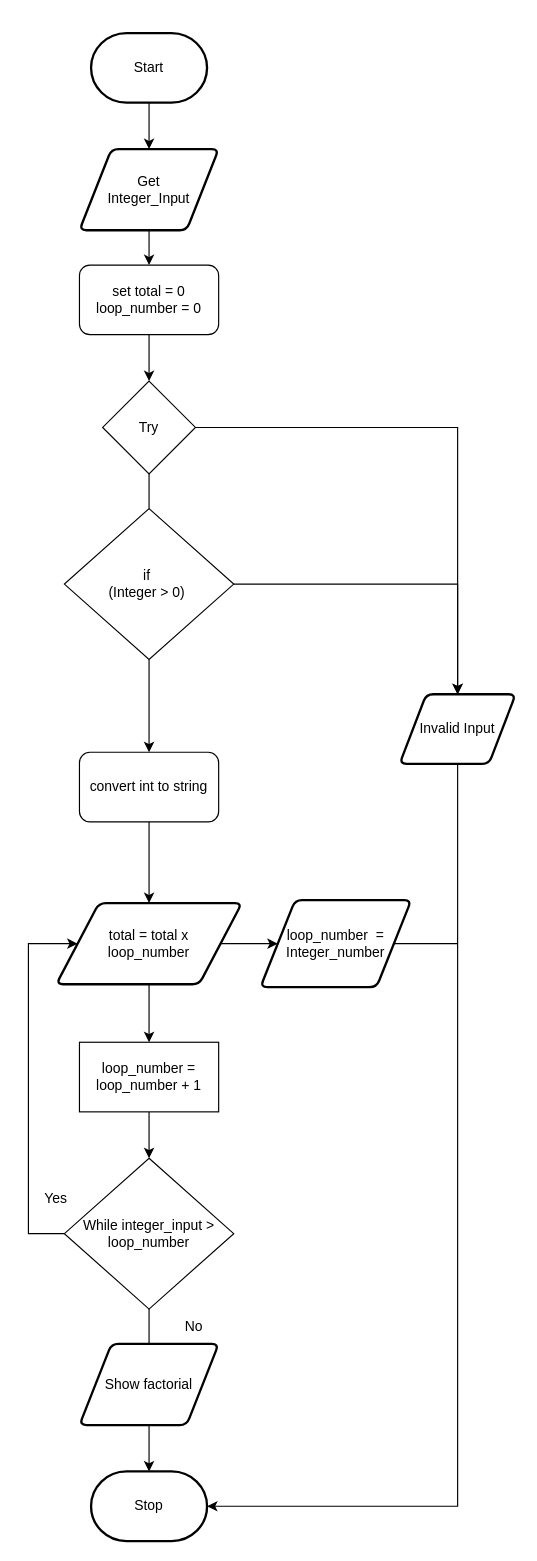
This is Drawio/FlowChart.Drawio from JacksonNaufal/ICS3U-Unit4-03-Python, a draw.io file, before an edit. Source tidied: cells renumbered, new cells numbered last; positions are measured from the earlier drawing's top-left corner, leaving out a move shared by most shapes. Both pictures are drawn from the tidied source at 116%, with x=0, y=0 at pixel (21, 32).
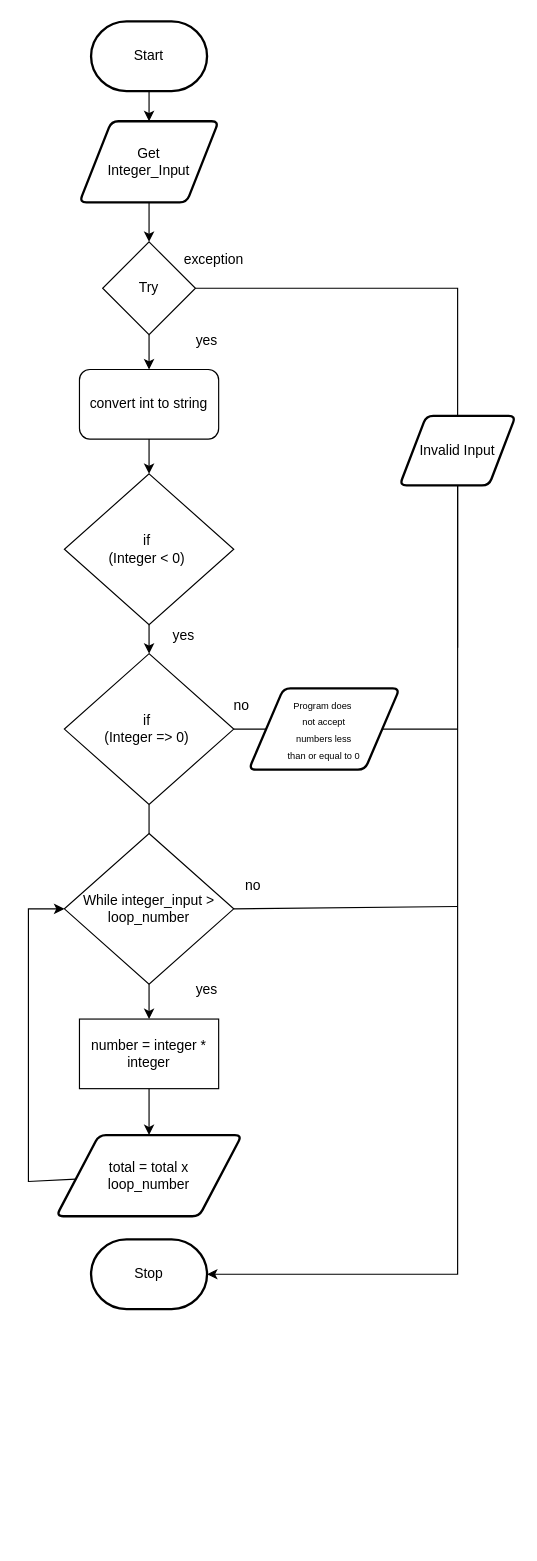
Above is the later version.

The edit, as a diff of the source:
```diff
@@
     <mxCell id="3" value="Start" style="strokeWidth=2;html=1;shape=mxgraph.flowchart.terminator;whiteSpace=wrap;" parent="1" vertex="1">
-      <mxGeometry x="60" width="100" height="60" as="geometry" />
+      <mxGeometry x="60" y="-10" width="100" height="60" as="geometry" />
     </mxCell>
     <mxCell id="4" value="Stop" style="strokeWidth=2;html=1;shape=mxgraph.flowchart.terminator;whiteSpace=wrap;rounded=1;" parent="1" vertex="1">
-      <mxGeometry x="60" y="1240" width="100" height="60" as="geometry" />
+      <mxGeometry x="60" y="1040" width="100" height="60" as="geometry" />
     </mxCell>
-    <mxCell id="5" style="edgeStyle=none;html=1;startArrow=none;" parent="1" edge="1" source="21" target="11">
-      <mxGeometry relative="1" as="geometry" />
-    </mxCell>
     <mxCell id="6" style="edgeStyle=none;html=1;entryX=0.5;entryY=0;entryDx=0;entryDy=0;rounded=0;" parent="1" edge="1" source="7" target="9">
       <mxGeometry relative="1" as="geometry">
         <Array as="points">
+          <mxPoint x="376" y="220" />
+          <mxPoint x="376" y="280" />
           <mxPoint x="376" y="340" />
           <mxPoint x="376" y="530" />
         </Array>
       </mxGeometry>
     </mxCell>
+    <mxCell id="33" style="edgeStyle=none;html=1;" parent="1" edge="1" source="7" target="11">
+      <mxGeometry relative="1" as="geometry" />
+    </mxCell>
     <mxCell id="7" value="Try" style="rhombus;whiteSpace=wrap;html=1;" parent="1" vertex="1">
-      <mxGeometry x="70" y="300" width="80" height="80" as="geometry" />
+      <mxGeometry x="70" y="180" width="80" height="80" as="geometry" />
     </mxCell>
     <mxCell id="8" style="edgeStyle=none;rounded=0;html=1;entryX=1;entryY=0.5;entryDx=0;entryDy=0;entryPerimeter=0;" parent="1" edge="1" source="9" target="4">
       <mxGeometry relative="1" as="geometry">
         <Array as="points">
-          <mxPoint x="376" y="1270" />
+          <mxPoint x="376" y="1070" />
         </Array>
       </mxGeometry>
     </mxCell>
     <mxCell id="9" value="Invalid Input" style="shape=parallelogram;html=1;strokeWidth=2;perimeter=parallelogramPerimeter;whiteSpace=wrap;rounded=1;arcSize=12;size=0.23;" parent="1" vertex="1">
-      <mxGeometry x="326" y="570" width="100" height="60" as="geometry" />
+      <mxGeometry x="326" y="330" width="100" height="60" as="geometry" />
     </mxCell>
-    <mxCell id="10" style="edgeStyle=none;rounded=0;html=1;" parent="1" edge="1" source="11" target="28">
-      <mxGeometry relative="1" as="geometry" />
-    </mxCell>
+    <mxCell id="34" style="edgeStyle=none;html=1;" parent="1" edge="1" source="13" target="7">
+      <mxGeometry relative="1" as="geometry" />
+    </mxCell>
+    <mxCell id="13" value="Get &lt;br&gt;Integer_Input" style="shape=parallelogram;html=1;strokeWidth=2;perimeter=parallelogramPerimeter;whiteSpace=wrap;rounded=1;arcSize=12;size=0.23;" parent="1" vertex="1">
+      <mxGeometry x="50" y="76" width="120" height="70" as="geometry" />
+    </mxCell>
+    <mxCell id="35" style="edgeStyle=none;html=1;" parent="1" edge="1" source="21" target="43">
+      <mxGeometry relative="1" as="geometry" />
+    </mxCell>
+    <mxCell id="21" value="if&amp;nbsp;&lt;br&gt;(Integer &amp;lt; 0)&amp;nbsp;" style="rhombus;whiteSpace=wrap;html=1;" parent="1" vertex="1">
+      <mxGeometry x="37" y="380" width="146" height="130" as="geometry" />
+    </mxCell>
+    <mxCell id="36" style="edgeStyle=none;rounded=0;html=1;endArrow=classic;endFill=1;" parent="1" edge="1" source="25" target="30">
+      <mxGeometry relative="1" as="geometry" />
+    </mxCell>
+    <mxCell id="37" style="edgeStyle=none;rounded=0;html=1;endArrow=none;endFill=0;exitX=1;exitY=0.5;exitDx=0;exitDy=0;" parent="1" edge="1" source="25">
+      <mxGeometry relative="1" as="geometry">
+        <mxPoint x="376" y="753" as="targetPoint" />
+      </mxGeometry>
+    </mxCell>
+    <mxCell id="25" value="While integer_input &amp;gt; loop_number" style="rhombus;whiteSpace=wrap;html=1;" parent="1" vertex="1">
+      <mxGeometry x="37" y="690" width="146" height="130" as="geometry" />
+    </mxCell>
+    <mxCell id="38" style="edgeStyle=none;rounded=0;html=1;entryX=0;entryY=0.5;entryDx=0;entryDy=0;endArrow=classic;endFill=1;" parent="1" edge="1" source="28" target="25">
+      <mxGeometry relative="1" as="geometry">
+        <Array as="points">
+          <mxPoint x="6" y="990" />
+          <mxPoint x="6" y="755" />
+        </Array>
+      </mxGeometry>
+    </mxCell>
+    <mxCell id="28" value="total = total x&lt;br&gt;loop_number" style="shape=parallelogram;html=1;strokeWidth=2;perimeter=parallelogramPerimeter;whiteSpace=wrap;rounded=1;arcSize=12;size=0.23;" parent="1" vertex="1">
+      <mxGeometry x="30" y="950" width="160" height="70" as="geometry" />
+    </mxCell>
+    <mxCell id="39" style="edgeStyle=none;rounded=0;html=1;endArrow=classic;endFill=1;" parent="1" edge="1" source="30" target="28">
+      <mxGeometry relative="1" as="geometry" />
+    </mxCell>
+    <mxCell id="30" value="number = integer * integer" style="rounded=0;whiteSpace=wrap;html=1;" parent="1" vertex="1">
+      <mxGeometry x="50" y="850" width="120" height="60" as="geometry" />
+    </mxCell>
+    <mxCell id="40" style="edgeStyle=none;html=1;entryX=0.5;entryY=0;entryDx=0;entryDy=0;" parent="1" edge="1" source="11" target="21">
+      <mxGeometry relative="1" as="geometry" />
+    </mxCell>
     <mxCell id="11" value="convert int to string" style="rounded=1;whiteSpace=wrap;html=1;" parent="1" vertex="1">
-      <mxGeometry x="50" y="620" width="120" height="60" as="geometry" />
+      <mxGeometry x="50" y="290" width="120" height="60" as="geometry" />
     </mxCell>
-    <mxCell id="12" style="edgeStyle=none;rounded=0;html=1;" parent="1" edge="1" source="13" target="15">
-      <mxGeometry relative="1" as="geometry" />
-    </mxCell>
-    <mxCell id="13" value="Get &lt;br&gt;Integer_Input" style="shape=parallelogram;html=1;strokeWidth=2;perimeter=parallelogramPerimeter;whiteSpace=wrap;rounded=1;arcSize=12;size=0.23;" parent="1" vertex="1">
-      <mxGeometry x="50" y="100" width="120" height="70" as="geometry" />
-    </mxCell>
-    <mxCell id="14" style="edgeStyle=none;rounded=0;html=1;" parent="1" edge="1" source="15" target="7">
-      <mxGeometry relative="1" as="geometry" />
-    </mxCell>
-    <mxCell id="15" value="set total = 0&lt;br&gt;loop_number = 0" style="rounded=1;whiteSpace=wrap;html=1;" parent="1" vertex="1">
-      <mxGeometry x="50" y="200" width="120" height="60" as="geometry" />
-    </mxCell>
-    <mxCell id="16" value="Yes&lt;br&gt;" style="text;html=1;strokeColor=none;fillColor=none;align=center;verticalAlign=middle;whiteSpace=wrap;rounded=0;" parent="1" vertex="1">
-      <mxGeometry y="990" width="60" height="30" as="geometry" />
-    </mxCell>
-    <mxCell id="17" value="No" style="text;html=1;strokeColor=none;fillColor=none;align=center;verticalAlign=middle;whiteSpace=wrap;rounded=0;" parent="1" vertex="1">
-      <mxGeometry x="119" y="1100" width="60" height="30" as="geometry" />
-    </mxCell>
-    <mxCell id="18" style="edgeStyle=none;rounded=0;html=1;endArrow=none;endFill=0;" parent="1" edge="1" source="19">
-      <mxGeometry relative="1" as="geometry">
-        <mxPoint x="376" y="785" as="targetPoint" />
-      </mxGeometry>
-    </mxCell>
-    <mxCell id="19" value="loop_number&amp;nbsp; =&lt;br&gt;Integer_number" style="shape=parallelogram;html=1;strokeWidth=2;perimeter=parallelogramPerimeter;whiteSpace=wrap;rounded=1;arcSize=12;size=0.23;" parent="1" vertex="1">
-      <mxGeometry x="206" y="747.5" width="130" height="75" as="geometry" />
-    </mxCell>
-    <mxCell id="20" style="edgeStyle=none;html=1;entryX=0.5;entryY=0;entryDx=0;entryDy=0;exitX=1;exitY=0.5;exitDx=0;exitDy=0;rounded=0;" parent="1" edge="1" source="21" target="9">
-      <mxGeometry relative="1" as="geometry">
-        <Array as="points">
-          <mxPoint x="376" y="475" />
-        </Array>
-      </mxGeometry>
-    </mxCell>
-    <mxCell id="21" value="if&amp;nbsp;&lt;br&gt;(Integer &amp;gt; 0)&amp;nbsp;" style="rhombus;whiteSpace=wrap;html=1;" parent="1" vertex="1">
-      <mxGeometry x="37" y="410" width="146" height="130" as="geometry" />
-    </mxCell>
-    <mxCell id="22" style="edgeStyle=none;html=1;endArrow=none;" parent="1" edge="1" source="7" target="21">
-      <mxGeometry relative="1" as="geometry" />
-    </mxCell>
-    <mxCell id="23" style="edgeStyle=none;html=1;startArrow=none;" parent="1" edge="1" source="31" target="4">
-      <mxGeometry relative="1" as="geometry" />
-    </mxCell>
-    <mxCell id="24" style="edgeStyle=none;rounded=0;html=1;entryX=0;entryY=0.5;entryDx=0;entryDy=0;exitX=0;exitY=0.5;exitDx=0;exitDy=0;" parent="1" edge="1" source="25" target="28">
-      <mxGeometry relative="1" as="geometry">
-        <Array as="points">
-          <mxPoint x="6" y="1035" />
-          <mxPoint x="6" y="785" />
-        </Array>
-      </mxGeometry>
-    </mxCell>
-    <mxCell id="25" value="While integer_input &amp;gt; loop_number" style="rhombus;whiteSpace=wrap;html=1;" parent="1" vertex="1">
-      <mxGeometry x="37" y="970" width="146" height="130" as="geometry" />
-    </mxCell>
-    <mxCell id="26" style="edgeStyle=none;rounded=0;html=1;" parent="1" edge="1" source="28" target="19">
-      <mxGeometry relative="1" as="geometry" />
-    </mxCell>
-    <mxCell id="27" style="edgeStyle=none;rounded=0;html=1;" parent="1" edge="1" source="28" target="30">
-      <mxGeometry relative="1" as="geometry" />
-    </mxCell>
-    <mxCell id="28" value="total = total x&lt;br&gt;loop_number" style="shape=parallelogram;html=1;strokeWidth=2;perimeter=parallelogramPerimeter;whiteSpace=wrap;rounded=1;arcSize=12;size=0.23;" parent="1" vertex="1">
-      <mxGeometry x="30" y="750" width="160" height="70" as="geometry" />
-    </mxCell>
-    <mxCell id="29" style="edgeStyle=none;rounded=0;html=1;" parent="1" edge="1" source="30" target="25">
-      <mxGeometry relative="1" as="geometry" />
-    </mxCell>
-    <mxCell id="30" value="loop_number = loop_number + 1" style="rounded=0;whiteSpace=wrap;html=1;" parent="1" vertex="1">
-      <mxGeometry x="50" y="870" width="120" height="60" as="geometry" />
-    </mxCell>
-    <mxCell id="31" value="Show factorial" style="shape=parallelogram;html=1;strokeWidth=2;perimeter=parallelogramPerimeter;whiteSpace=wrap;rounded=1;arcSize=12;size=0.23;" parent="1" vertex="1">
-      <mxGeometry x="50" y="1130" width="120" height="70" as="geometry" />
-    </mxCell>
-    <mxCell id="32" style="edgeStyle=none;html=1;endArrow=none;" parent="1" edge="1" source="25" target="31">
-      <mxGeometry relative="1" as="geometry" />
-    </mxCell>
+    <mxCell id="41" style="edgeStyle=none;html=1;endArrow=none;endFill=0;rounded=0;" parent="1" edge="1" source="43" target="45">
+      <mxGeometry relative="1" as="geometry" />
+    </mxCell>
+    <mxCell id="42" style="edgeStyle=none;rounded=0;html=1;endArrow=none;endFill=0;" parent="1" edge="1" source="43" target="25">
+      <mxGeometry relative="1" as="geometry" />
+    </mxCell>
+    <mxCell id="43" value="if&amp;nbsp;&lt;br&gt;(Integer =&amp;gt; 0)&amp;nbsp;" style="rhombus;whiteSpace=wrap;html=1;" parent="1" vertex="1">
+      <mxGeometry x="37" y="535" width="146" height="130" as="geometry" />
+    </mxCell>
+    <mxCell id="44" style="edgeStyle=none;rounded=0;html=1;endArrow=none;endFill=0;" parent="1" edge="1" source="45">
+      <mxGeometry relative="1" as="geometry">
+        <mxPoint x="376" y="600" as="targetPoint" />
+      </mxGeometry>
+    </mxCell>
+    <mxCell id="45" value="&lt;font style=&quot;font-size: 8px&quot;&gt;Program does&amp;nbsp;&lt;br&gt;not accept&lt;br&gt;numbers less &lt;br&gt;than or equal to 0&lt;/font&gt;" style="shape=parallelogram;html=1;strokeWidth=2;perimeter=parallelogramPerimeter;whiteSpace=wrap;rounded=1;arcSize=12;size=0.23;" parent="1" vertex="1">
+      <mxGeometry x="196" y="565" width="130" height="70" as="geometry" />
+    </mxCell>
+    <mxCell id="46" value="&lt;font style=&quot;font-size: 12px&quot;&gt;exception&lt;/font&gt;" style="text;html=1;strokeColor=none;fillColor=none;align=center;verticalAlign=middle;whiteSpace=wrap;rounded=0;fontSize=8;" parent="1" vertex="1">
+      <mxGeometry x="136" y="181" width="60" height="30" as="geometry" />
+    </mxCell>
+    <mxCell id="47" value="&lt;font style=&quot;font-size: 12px&quot;&gt;yes&lt;/font&gt;" style="text;html=1;strokeColor=none;fillColor=none;align=center;verticalAlign=middle;whiteSpace=wrap;rounded=0;fontSize=8;" parent="1" vertex="1">
+      <mxGeometry x="130" y="250" width="60" height="30" as="geometry" />
+    </mxCell>
+    <mxCell id="48" value="&lt;font style=&quot;font-size: 12px&quot;&gt;yes&lt;/font&gt;" style="text;html=1;strokeColor=none;fillColor=none;align=center;verticalAlign=middle;whiteSpace=wrap;rounded=0;fontSize=8;" parent="1" vertex="1">
+      <mxGeometry x="110" y="505" width="60" height="30" as="geometry" />
+    </mxCell>
+    <mxCell id="49" value="&lt;font style=&quot;font-size: 12px&quot;&gt;yes&lt;/font&gt;" style="text;html=1;strokeColor=none;fillColor=none;align=center;verticalAlign=middle;whiteSpace=wrap;rounded=0;fontSize=8;" parent="1" vertex="1">
+      <mxGeometry x="130" y="810" width="60" height="30" as="geometry" />
+    </mxCell>
+    <mxCell id="50" value="&lt;font style=&quot;font-size: 12px&quot;&gt;no&lt;/font&gt;" style="text;html=1;strokeColor=none;fillColor=none;align=center;verticalAlign=middle;whiteSpace=wrap;rounded=0;fontSize=8;" parent="1" vertex="1">
+      <mxGeometry x="160" y="565" width="60" height="30" as="geometry" />
+    </mxCell>
+    <mxCell id="51" value="&lt;font style=&quot;font-size: 12px&quot;&gt;no&lt;/font&gt;" style="text;html=1;strokeColor=none;fillColor=none;align=center;verticalAlign=middle;whiteSpace=wrap;rounded=0;fontSize=8;" parent="1" vertex="1">
+      <mxGeometry x="170" y="720" width="60" height="30" as="geometry" />
+    </mxCell>
```
